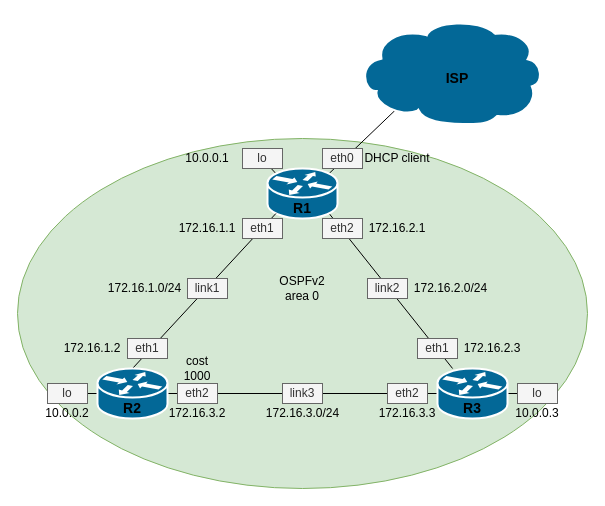
The draw.io diagram dynamic_routing_guideline/docs/ospfv2.drawio in mbfx/otus-linux-adm, before the edit. Source tidied: cells renumbered, new cells numbered last; positions are measured from the earlier drawing's top-left corner, leaving out a move shared by most shapes. Both pictures are drawn from the tidied source at 100%, with x=0, y=0 at pixel (17, 18).
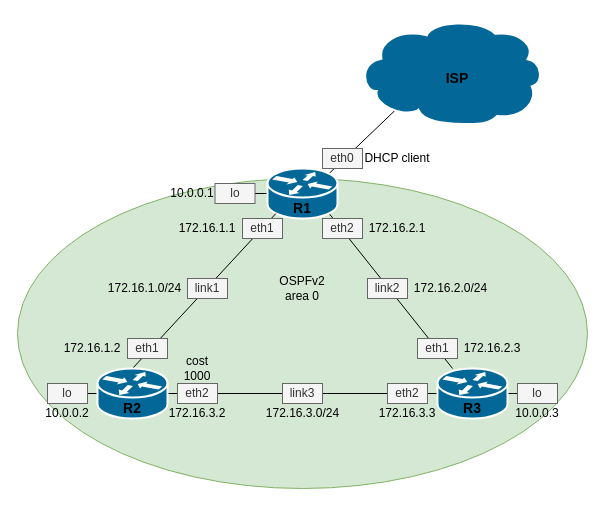
Above is the later version.

Unchanged cells that the change refers to:
```xml
<mxCell id="6" style="shape=mxgraph.cisco.routers.router;html=1;dashed=0;fillColor=#036897;strokeColor=#ffffff;strokeWidth=2;verticalLabelPosition=bottom;verticalAlign=top;align=center;outlineConnect=0;" parent="1" vertex="1">
  <mxGeometry x="250" y="150" width="70" height="50" as="geometry" />
</mxCell>
```

Change to the diagram source:
```diff
@@
     <mxCell id="2" style="ellipse;whiteSpace=wrap;html=1;rounded=0;strokeColor=#82b366;fillColor=#d5e8d4;" parent="1" vertex="1">
-      <mxGeometry y="120" width="570" height="350" as="geometry" />
+      <mxGeometry y="160" width="570" height="310" as="geometry" />
     </mxCell>
@@
-    <mxCell id="5" style="edgeStyle=none;rounded=0;jettySize=auto;html=1;exitX=0.12;exitY=0.1;exitDx=0;exitDy=0;exitPerimeter=0;endArrow=none;endFill=0;entryX=0.25;entryY=0;entryDx=0;entryDy=0;" parent="1" edge="1" source="6" target="34">
+    <mxCell id="5" style="edgeStyle=none;rounded=0;jettySize=auto;html=1;exitX=0;exitY=0.5;exitDx=0;exitDy=0;exitPerimeter=0;endArrow=none;endFill=0;entryX=1;entryY=0.5;entryDx=0;entryDy=0;" parent="1" edge="1" source="6" target="34">
       <mxGeometry relative="1" as="geometry" />
     </mxCell>
@@
     <mxCell id="34" value="lo" style="text;html=1;strokeColor=#666666;fillColor=#f5f5f5;align=center;verticalAlign=middle;whiteSpace=wrap;rounded=0;fontColor=#333333;" parent="1" vertex="1">
-      <mxGeometry x="225" y="130" width="40" height="20" as="geometry" />
+      <mxGeometry x="197.5" y="165" width="40" height="20" as="geometry" />
     </mxCell>
@@
     <mxCell id="39" value="10.0.0.1" style="text;html=1;strokeColor=none;fillColor=none;align=center;verticalAlign=middle;whiteSpace=wrap;rounded=0;" parent="1" vertex="1">
-      <mxGeometry x="155" y="130" width="70" height="20" as="geometry" />
+      <mxGeometry x="140" y="165" width="70" height="20" as="geometry" />
     </mxCell>
```
